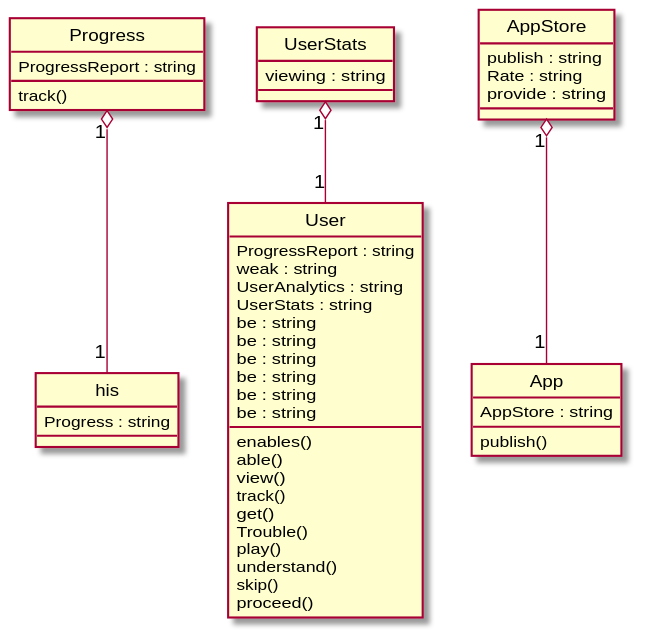
xixixhalu/DomainModelExtractor keeps this PlantUML diagram as Diagrams/2019-USC-Project07.svg. Above is the earlier version.
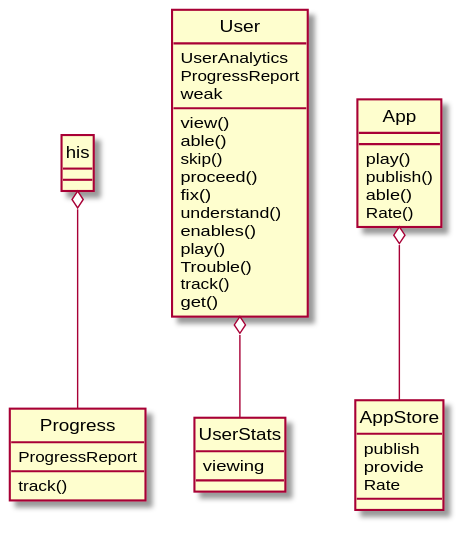
Later version of the same file.

Diff of the diagram source:
```diff
@@ -1,47 +1,42 @@
 @startuml
 hide circle
 class his {
-	Progress : string
 }
 class UserStats {
-	viewing : string
+	viewing
 }
 class AppStore {
-	publish : string
-	Rate : string
-	provide : string
+	publish
+	provide
+	Rate
 }
 class User {
-	ProgressReport : string
-	weak : string
-	UserAnalytics : string
-	UserStats : string
-	be : string
-	be : string
-	be : string
-	be : string
-	be : string
-	be : string
+	UserAnalytics
+	ProgressReport
+	weak
+	view()
+	able()
+	skip()
+	proceed()
+	fix()
+	understand()
 	enables()
-	able()
-	view()
+	play()
+	Trouble()
 	track()
 	get()
-	Trouble()
-	play()
-	understand()
-	skip()
-	proceed()
 }
 class App {
-	AppStore : string
+	play()
 	publish()
+	able()
+	Rate()
 }
 class Progress {
-	ProgressReport : string
+	ProgressReport
 	track()
 }
-AppStore "1" o-- "1" App
-UserStats "1" o-- "1" User
-Progress "1" o-- "1" his
+User o-- UserStats
+his o-- Progress
+App o-- AppStore
 @enduml
```
